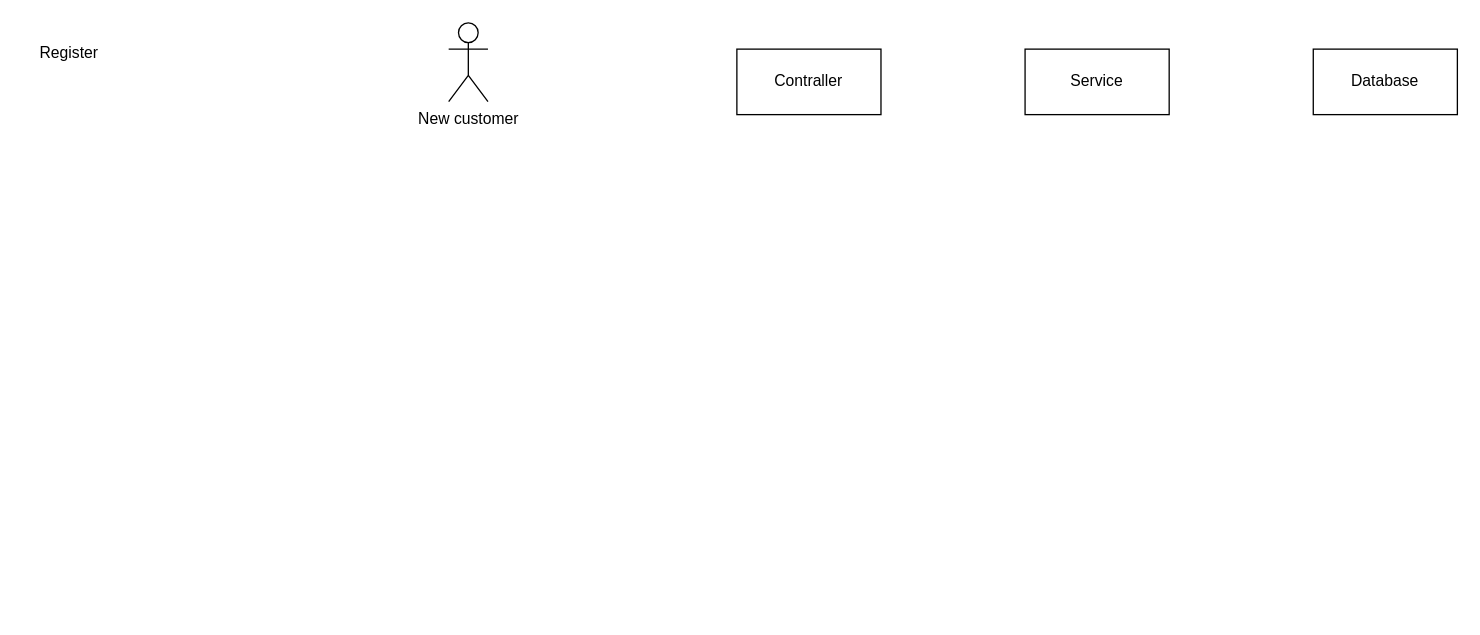
Before: dangky.drawio in letham1612/test.ithub, a draw.io diagram. Source tidied: cells renumbered, new cells numbered last; positions are measured from the earlier drawing's top-left corner, leaving out a move shared by most shapes. Both pictures are drawn from the tidied source at 131%, with x=0, y=0 at pixel (22, 22).
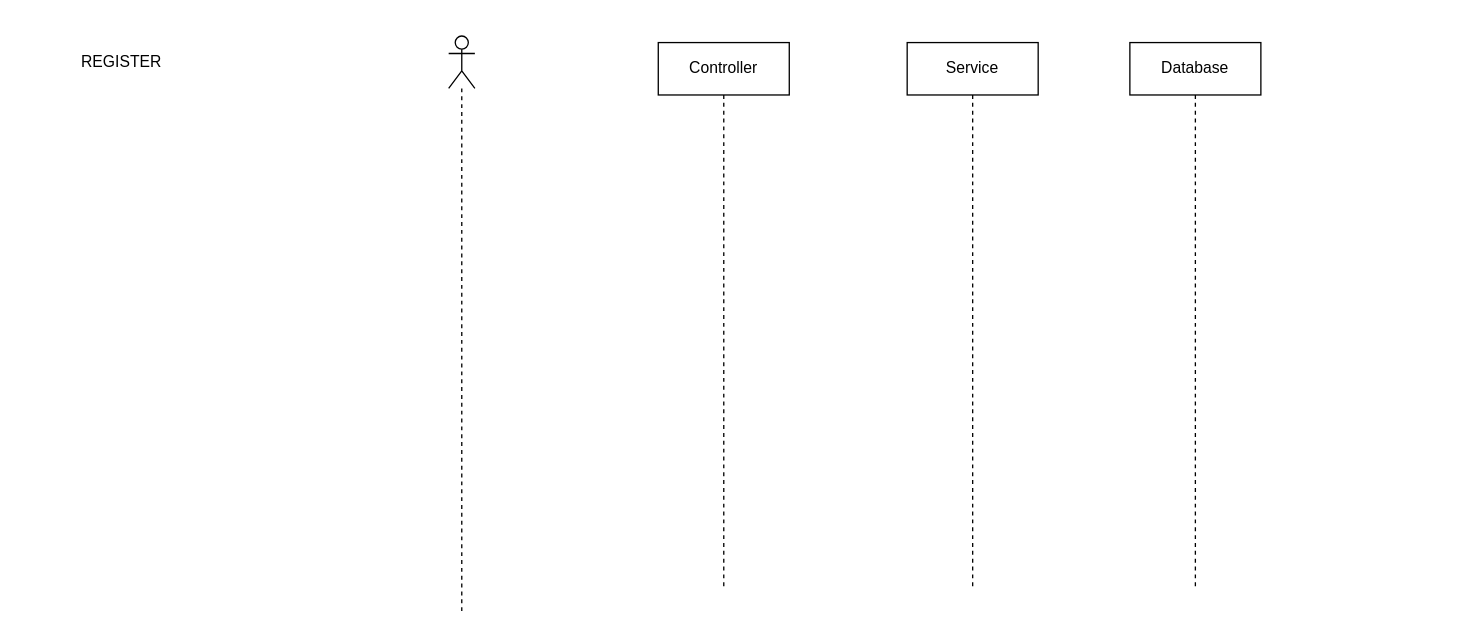
After the change.

Commit message (it also covers changes not shown here):
Cập nhật dangky.drawio

Change to the diagram source:
```diff
@@
 <mxGraphModel>
   <root>
     <mxCell id="0" />
     <mxCell id="1" parent="0" />
+    <mxCell id="6" value="REGISTER&lt;br&gt;" style="text;html=1;align=center;verticalAlign=middle;strokeColor=none;fillColor=none;" parent="1" vertex="1">
+      <mxGeometry x="35" y="15" width="80" height="30" as="geometry" />
+    </mxCell>
+    <mxCell id="7" style="shape=umlLifeline;perimeter=lifelinePerimeter;whiteSpace=wrap;html=1;newEdgeStyle={&quot;curved&quot;:0,&quot;rounded&quot;:0};participant=umlActor;" parent="1" vertex="1">
+      <mxGeometry x="325" y="10" width="20" height="440" as="geometry" />
+    </mxCell>
+    <mxCell id="8" value="Controller" style="shape=umlLifeline;perimeter=lifelinePerimeter;whiteSpace=wrap;html=1;newEdgeStyle={&quot;curved&quot;:0,&quot;rounded&quot;:0};" parent="1" vertex="1">
+      <mxGeometry x="485" y="15" width="100" height="415" as="geometry" />
+    </mxCell>
-    <mxCell id="2" value="Service" style="html=1;whiteSpace=wrap;" parent="1" vertex="1">
-      <mxGeometry x="765" y="20" width="110" height="50" as="geometry" />
+    <mxCell id="2" value="Service" style="shape=umlLifeline;perimeter=lifelinePerimeter;whiteSpace=wrap;html=1;newEdgeStyle={&quot;curved&quot;:0,&quot;rounded&quot;:0};" parent="1" vertex="1">
+      <mxGeometry x="675" y="15" width="100" height="415" as="geometry" />
     </mxCell>
-    <mxCell id="3" value="Contraller" style="html=1;whiteSpace=wrap;" parent="1" vertex="1">
-      <mxGeometry x="545" y="20" width="110" height="50" as="geometry" />
-    </mxCell>
-    <mxCell id="4" value="Database" style="html=1;whiteSpace=wrap;" parent="1" vertex="1">
-      <mxGeometry x="985" y="20" width="110" height="50" as="geometry" />
+    <mxCell id="4" value="Database" style="shape=umlLifeline;perimeter=lifelinePerimeter;whiteSpace=wrap;html=1;newEdgeStyle={&quot;curved&quot;:0,&quot;rounded&quot;:0};" parent="1" vertex="1">
+      <mxGeometry x="845" y="15" width="100" height="415" as="geometry" />
     </mxCell>
-    <mxCell id="5" value="New customer" style="shape=umlActor;verticalLabelPosition=bottom;verticalAlign=top;html=1;" parent="1" vertex="1">
-      <mxGeometry x="325" width="30" height="60" as="geometry" />
-    </mxCell>
-    <mxCell id="6" value="Register&lt;br&gt;" style="text;html=1;align=center;verticalAlign=middle;strokeColor=none;fillColor=none;" parent="1" vertex="1">
-      <mxGeometry y="8" width="70" height="30" as="geometry" />
-    </mxCell>
   </root>
 </mxGraphModel>
```
